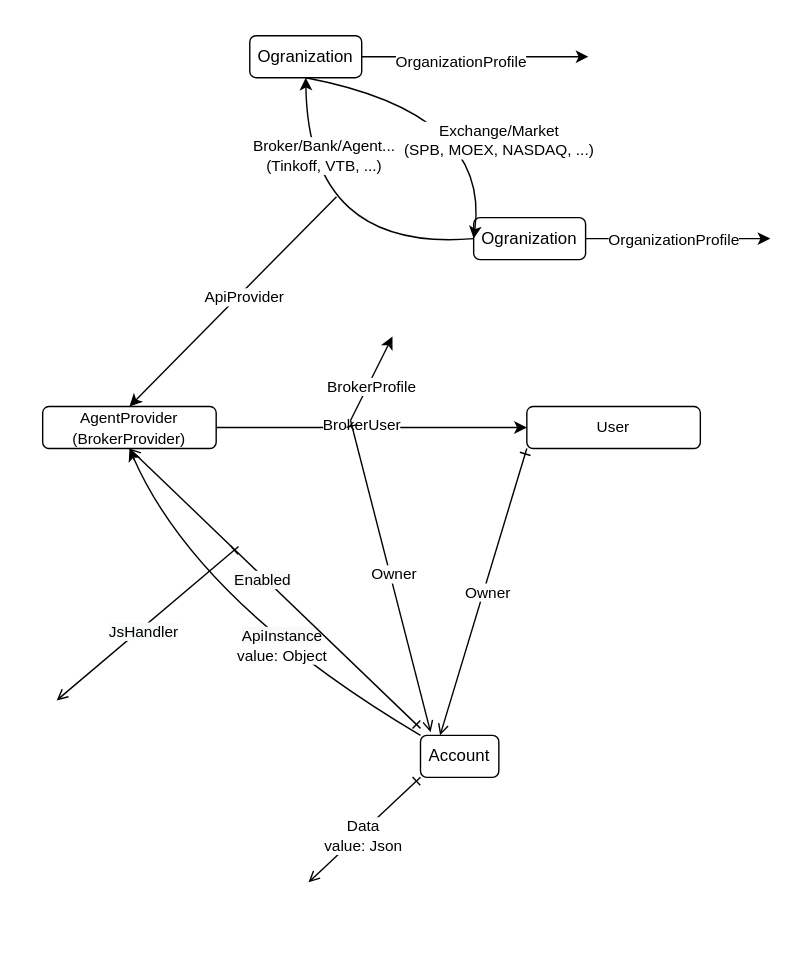
Above: src/account/Account.drawio.svg in suenot/deep-profitmaker (draw.io), before the change. Source tidied: cells renumbered, new cells last; positions are measured from the earlier drawing's top-left corner, leaving out a move shared by most shapes.
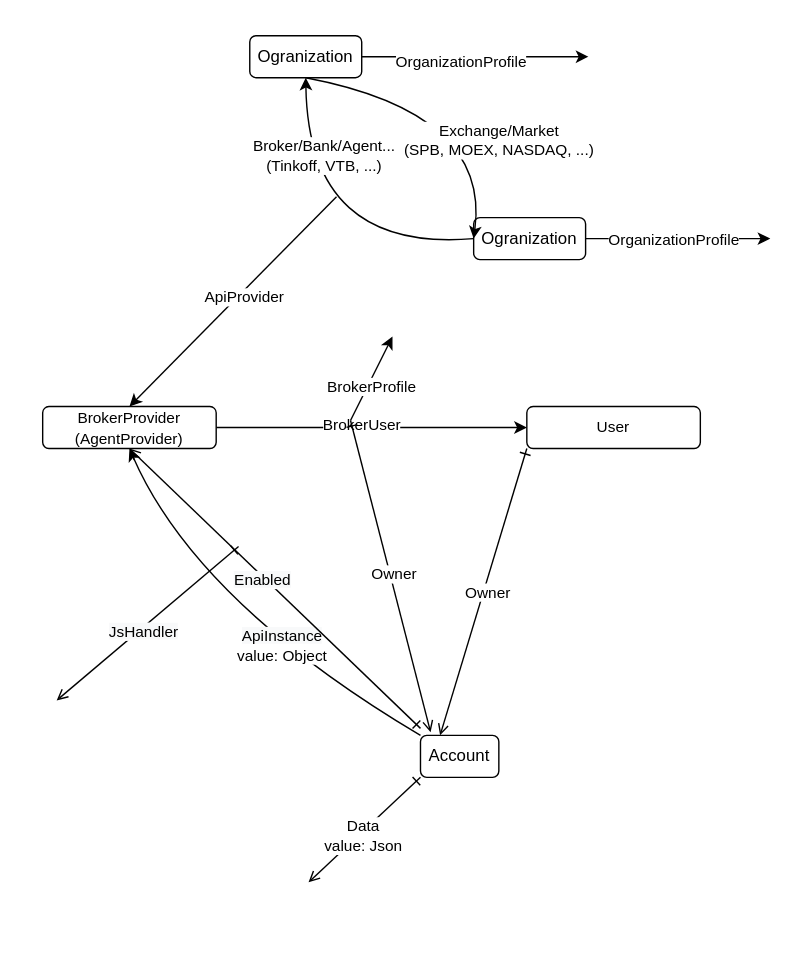
Later version of the same file.

Change to the diagram source:
```diff
@@ -67,7 +67,7 @@
     <mxCell id="16" value="BrokerUser" style="edgeLabel;html=1;align=center;verticalAlign=middle;fontSize=11;" parent="15" vertex="1">
       <mxGeometry x="-0.07" y="3" relative="1" as="geometry" />
     </mxCell>
-    <mxCell id="17" value="&lt;span style=&quot;font-size: 11px&quot;&gt;AgentProvider (BrokerProvider)&lt;/span&gt;" style="rounded=1;whiteSpace=wrap;html=1;labelBackgroundColor=none;" parent="1" vertex="1">
+    <mxCell id="17" value="&lt;span style=&quot;font-size: 11px&quot;&gt;BrokerProvider&lt;br&gt;&lt;/span&gt;&lt;span style=&quot;font-size: 11px&quot;&gt;(AgentProvider)&lt;/span&gt;" style="rounded=1;whiteSpace=wrap;html=1;labelBackgroundColor=none;" parent="1" vertex="1">
       <mxGeometry x="30" y="290" width="124" height="30" as="geometry" />
     </mxCell>
     <mxCell id="18" value="&lt;span style=&quot;font-size: 11px&quot;&gt;User&lt;/span&gt;" style="rounded=1;whiteSpace=wrap;html=1;labelBackgroundColor=none;" parent="1" vertex="1">
```
